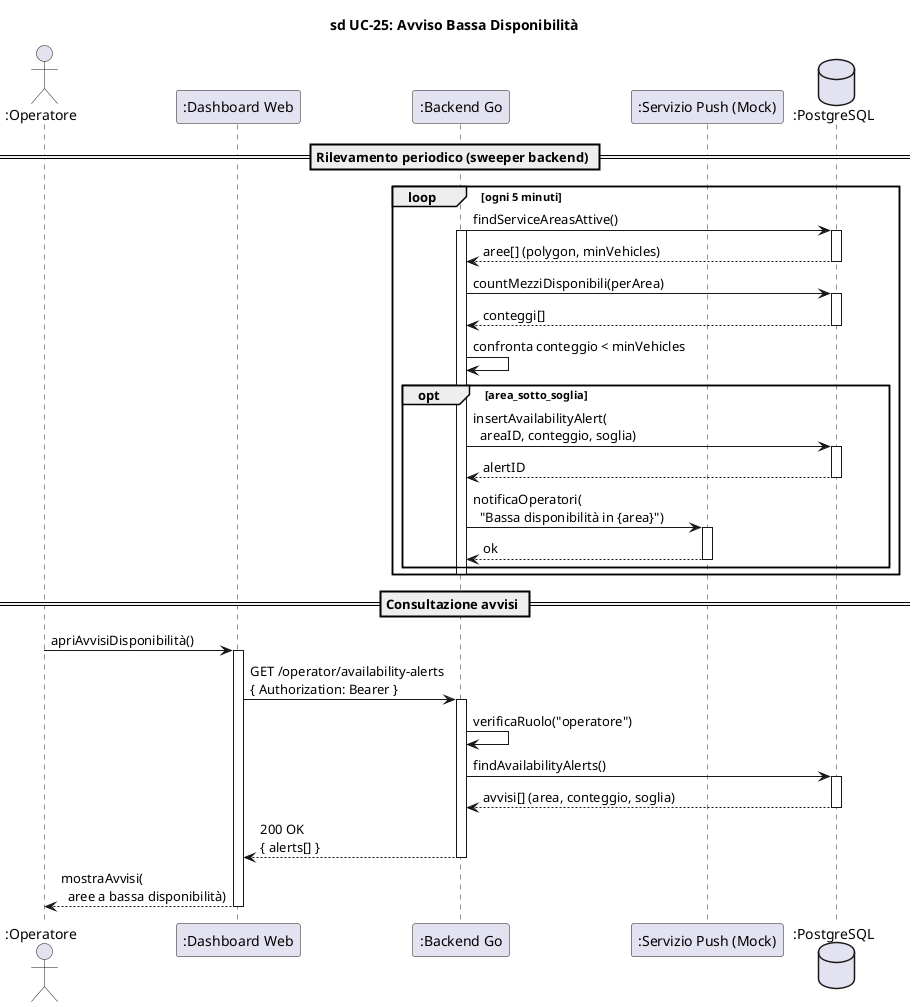
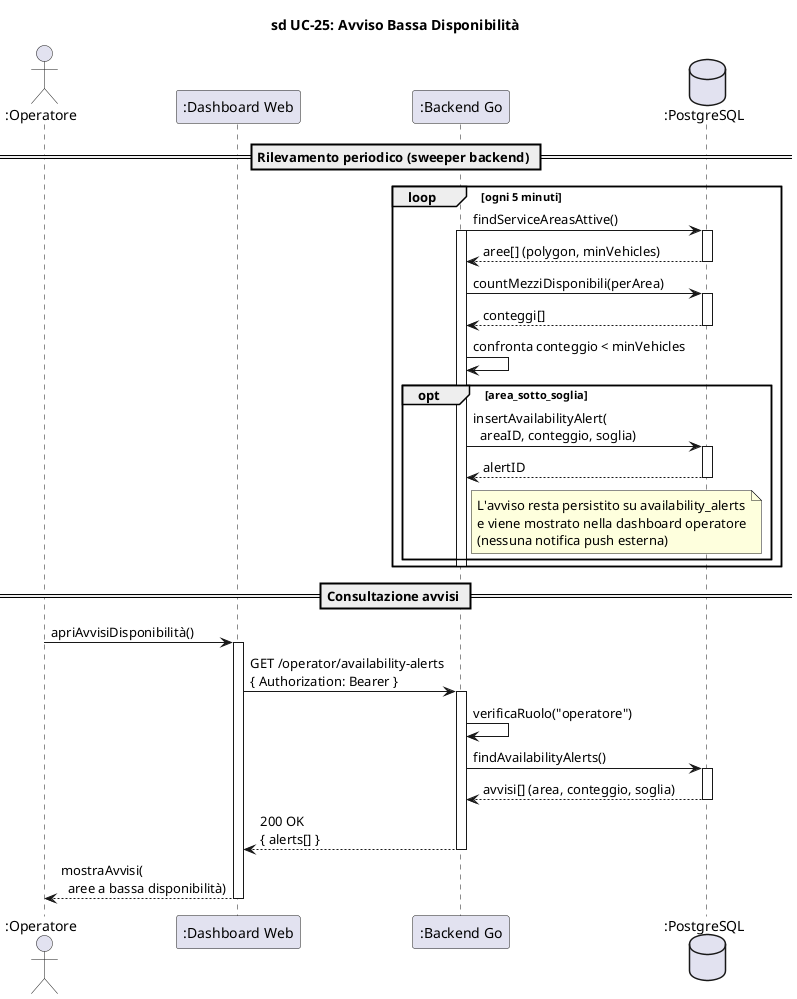
@startuml sd_UC25_AvvisoBassaDisponibilita

title sd UC-25: Avviso Bassa Disponibilità

skinparam hyperlinkColor black
skinparam hyperlinkUnderline false

actor ":Operatore" as Operatore
participant ":Dashboard Web" as Dash
participant ":Backend Go" as Backend
- participant ":Servizio Push (Mock)" as Push
database ":PostgreSQL" as DB

== Rilevamento periodico (sweeper backend) ==

loop ogni 5 minuti
    Backend -> DB : findServiceAreasAttive()
    activate Backend
    activate DB
    DB --> Backend : aree[] (polygon, minVehicles)
    deactivate DB

    Backend -> DB : countMezziDisponibili(perArea)
    activate DB
    DB --> Backend : conteggi[]
    deactivate DB

    Backend -> Backend : confronta conteggio < minVehicles

    opt area_sotto_soglia
        Backend -> DB : insertAvailabilityAlert(\n  areaID, conteggio, soglia)
        activate DB
        DB --> Backend : alertID
        deactivate DB
-         Backend -> Push : notificaOperatori(\n  "Bassa disponibilità in {area}")
-         activate Push
-         Push --> Backend : ok
-         deactivate Push
+         note right of Backend
+           L'avviso resta persistito su availability_alerts
+           e viene mostrato nella dashboard operatore
+           (nessuna notifica push esterna)
+         end note
    end
    deactivate Backend
end

== Consultazione avvisi ==

Operatore -> Dash : apriAvvisiDisponibilità()
activate Dash

Dash -> Backend : GET /operator/availability-alerts\n{ Authorization: Bearer }
activate Backend

Backend -> Backend : verificaRuolo("operatore")
Backend -> DB : findAvailabilityAlerts()
activate DB
DB --> Backend : avvisi[] (area, conteggio, soglia)
deactivate DB

Backend --> Dash : 200 OK\n{ alerts[] }
deactivate Backend

Dash --> Operatore : mostraAvvisi(\n  aree a bassa disponibilità)
deactivate Dash

@enduml
